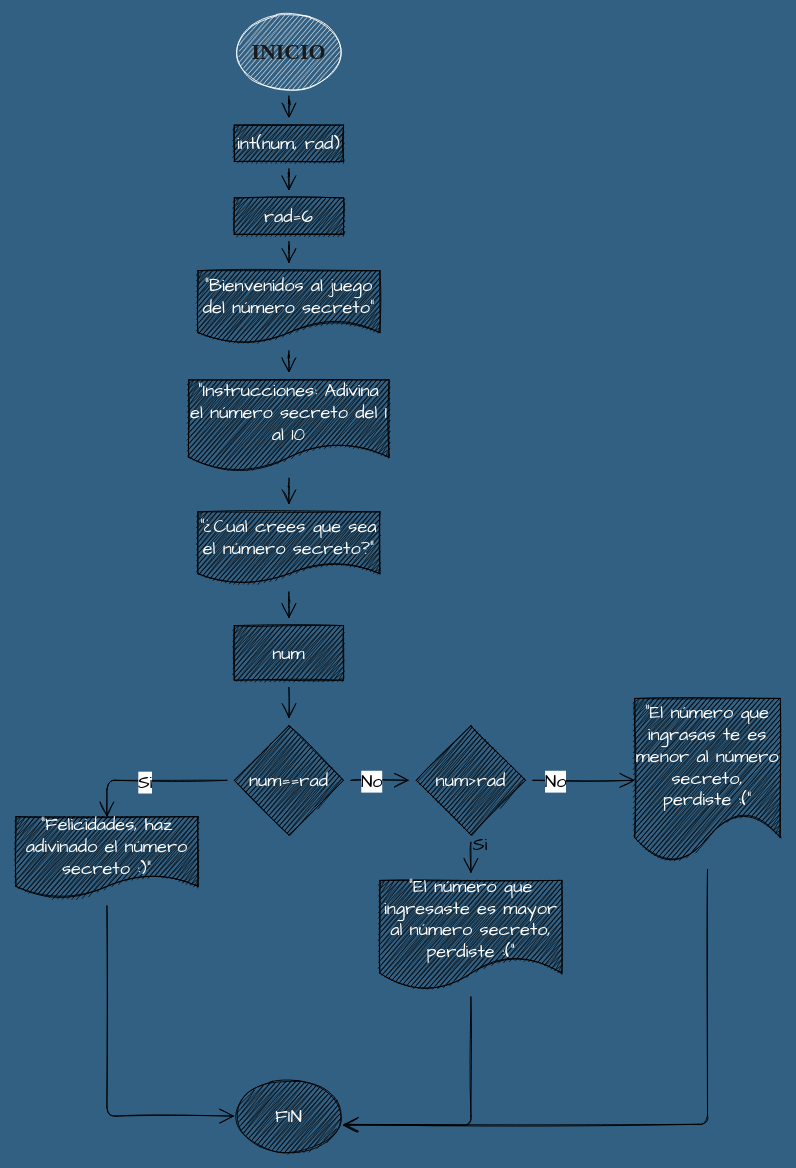
This is Proyecto_Final_1/Diagrama sin título.drawio from nicknighmere/Pensamiento_computacional, a draw.io file, before an edit. Source tidied: cells renumbered, new cells numbered last; positions are measured from the earlier drawing's top-left corner, leaving out a move shared by most shapes. Both pictures are drawn from the tidied source at 91%, with x=0, y=0 at pixel (15, 15).
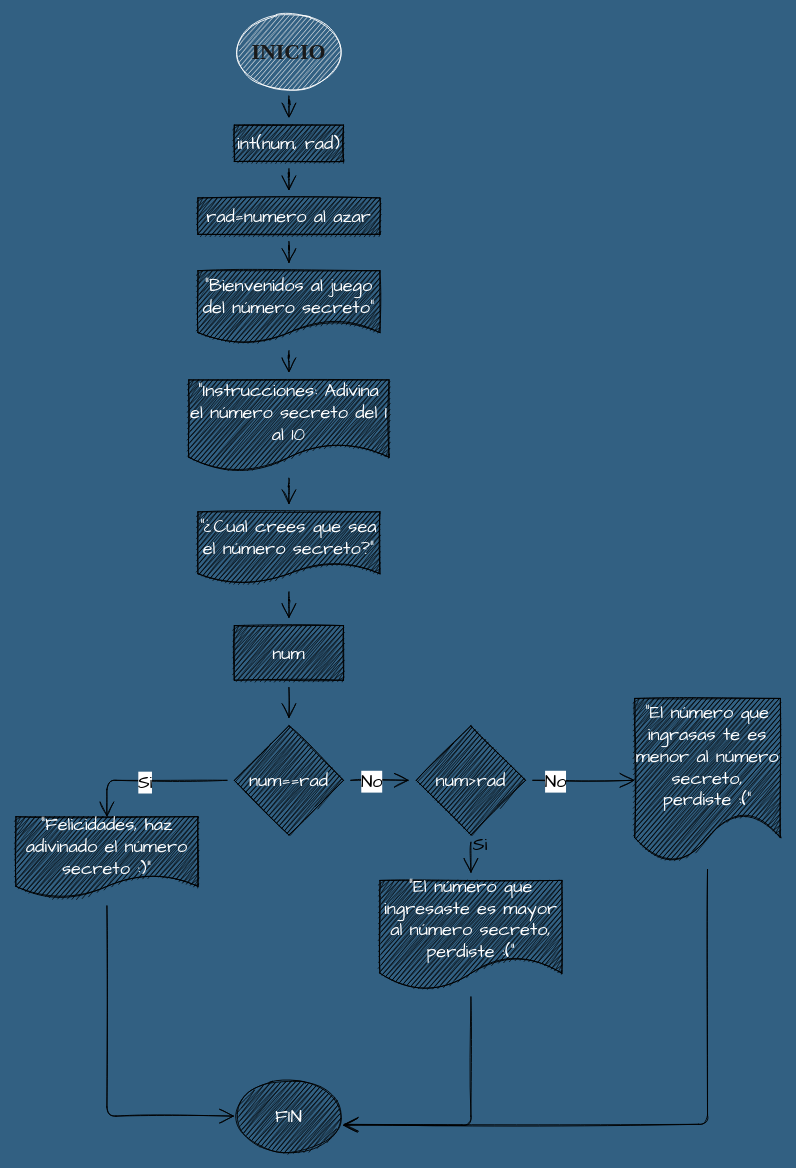
The same diagram, later.

The edit, as a diff of the source:
```diff
@@
-    <mxCell id="7" value="rad=6" style="rounded=0;whiteSpace=wrap;html=1;labelBackgroundColor=none;sketch=1;hachureGap=4;fillStyle=zigzag;fontFamily=Architects Daughter;fontSize=20;fontColor=#FFFFFF;fillColor=#000000;" parent="1" vertex="1">
-      <mxGeometry x="240" y="200" width="120" height="40" as="geometry" />
+    <mxCell id="7" value="rad=numero al azar" style="rounded=0;whiteSpace=wrap;html=1;labelBackgroundColor=none;sketch=1;hachureGap=4;fillStyle=zigzag;fontFamily=Architects Daughter;fontSize=20;fontColor=#FFFFFF;fillColor=#000000;" parent="1" vertex="1">
+      <mxGeometry x="200" y="200" width="200" height="40" as="geometry" />
     </mxCell>
```
